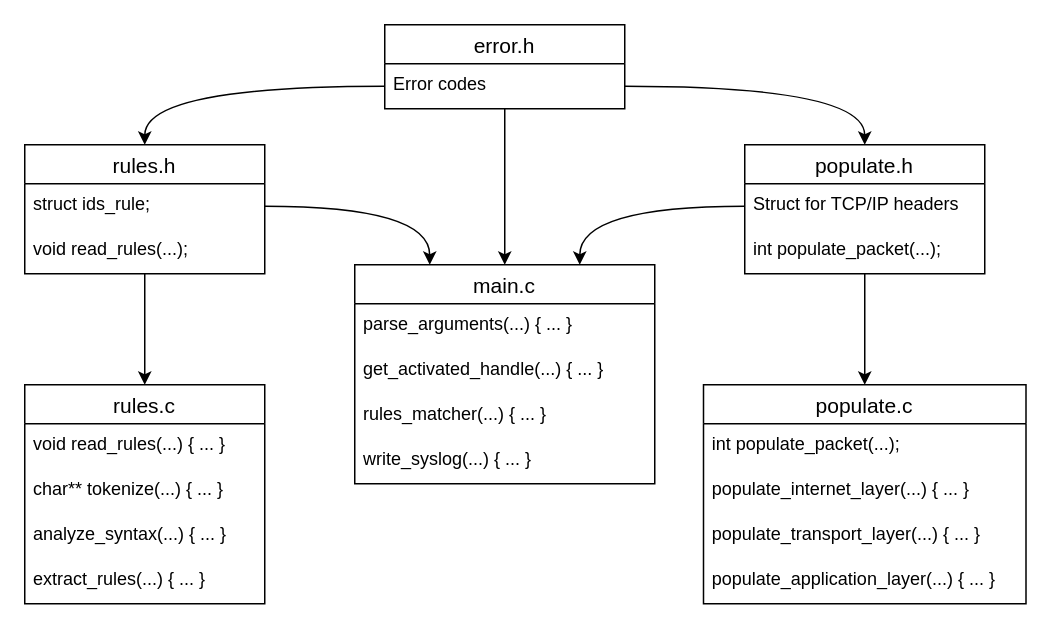
The draw.io diagram markdown-explanations/images/project-structure.drawio in FlorianFichet/B2-IR209-IDS, before the edit. Source tidied: cells renumbered, new cells numbered last; positions are measured from the earlier drawing's top-left corner, leaving out a move shared by most shapes. Both pictures are drawn from the tidied source at 150%, with x=0, y=0 at pixel (24, 24).
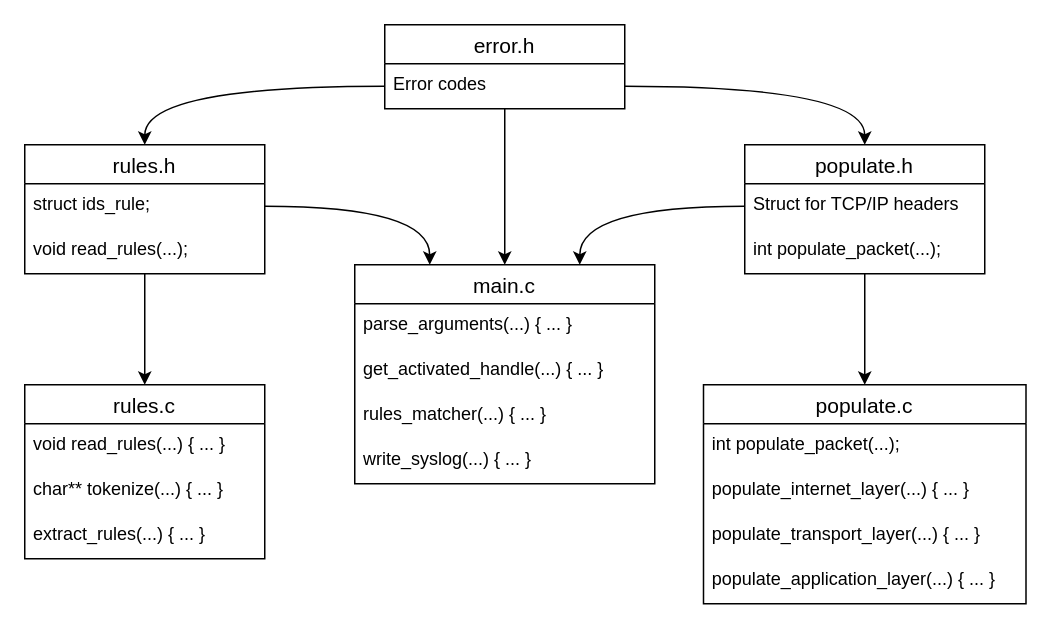
The same page after the edit.

Commit message (it also covers changes not shown here):
remove 'syntax_analysis' from the project structure corrected the add the system architecture by adding the 'packet_handler' function and removing the notes from the markdown

What changed in the source:
```diff
@@
     <mxCell id="2" value="rules.c" style="swimlane;fontStyle=0;horizontal=1;startSize=26;align=center;fontSize=14;" parent="1" vertex="1">
-      <mxGeometry y="240" width="160" height="146" as="geometry" />
+      <mxGeometry y="240" width="160" height="116" as="geometry" />
     </mxCell>
@@
-    <mxCell id="5" value="analyze_syntax(...) { ... }" style="text;strokeColor=none;fillColor=none;spacingLeft=4;spacingRight=4;overflow=hidden;fontSize=12;" parent="2" vertex="1">
-      <mxGeometry y="86" width="160" height="30" as="geometry" />
-    </mxCell>
     <mxCell id="6" value="extract_rules(...) { ... }" style="text;strokeColor=none;fillColor=none;spacingLeft=4;spacingRight=4;overflow=hidden;fontSize=12;" parent="2" vertex="1">
-      <mxGeometry y="116" width="160" height="30" as="geometry" />
+      <mxGeometry y="86" width="160" height="30" as="geometry" />
     </mxCell>
```
